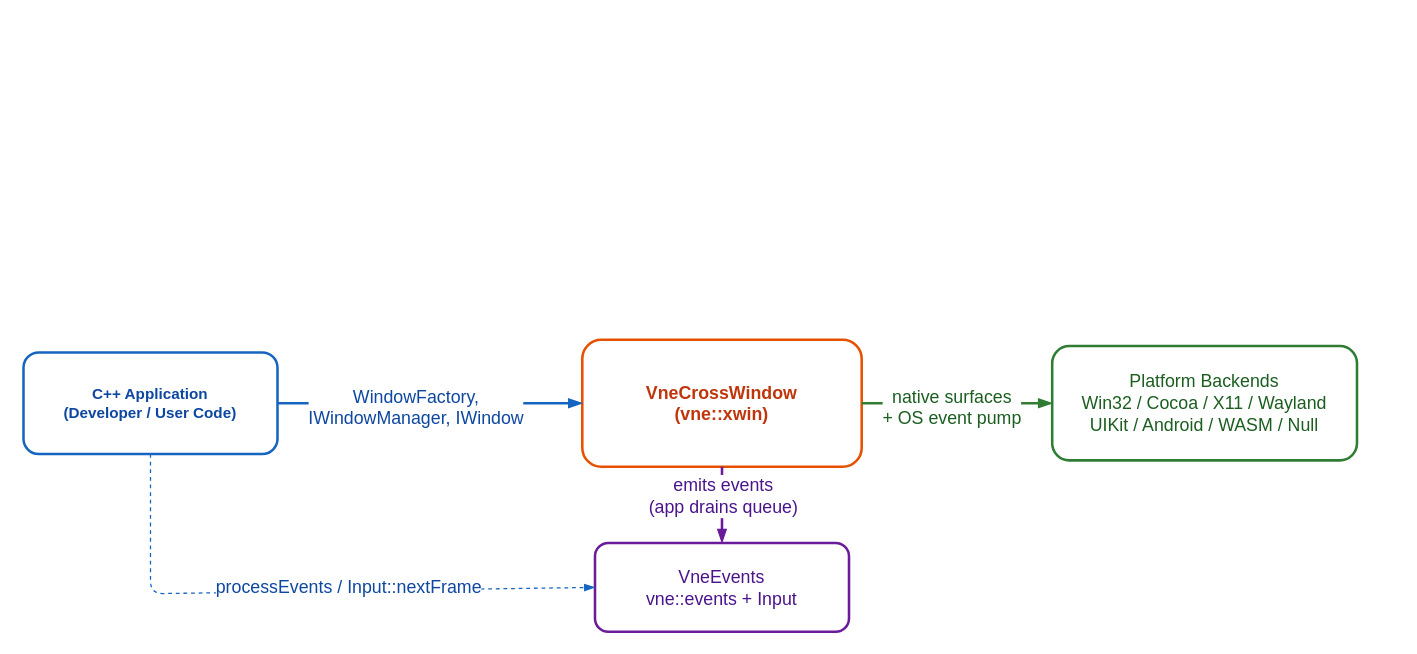
vertexnova/vnewindow keeps this draw.io diagram as docs/vertexnova/xwin/diagrams/context.drawio. Above is the earlier version. Source tidied: cells renumbered, new cells numbered last; positions are measured from the earlier drawing's top-left corner, leaving out a move shared by most shapes. Both pictures are drawn from the tidied source at 127%, with x=0, y=0 at pixel (23, 339).
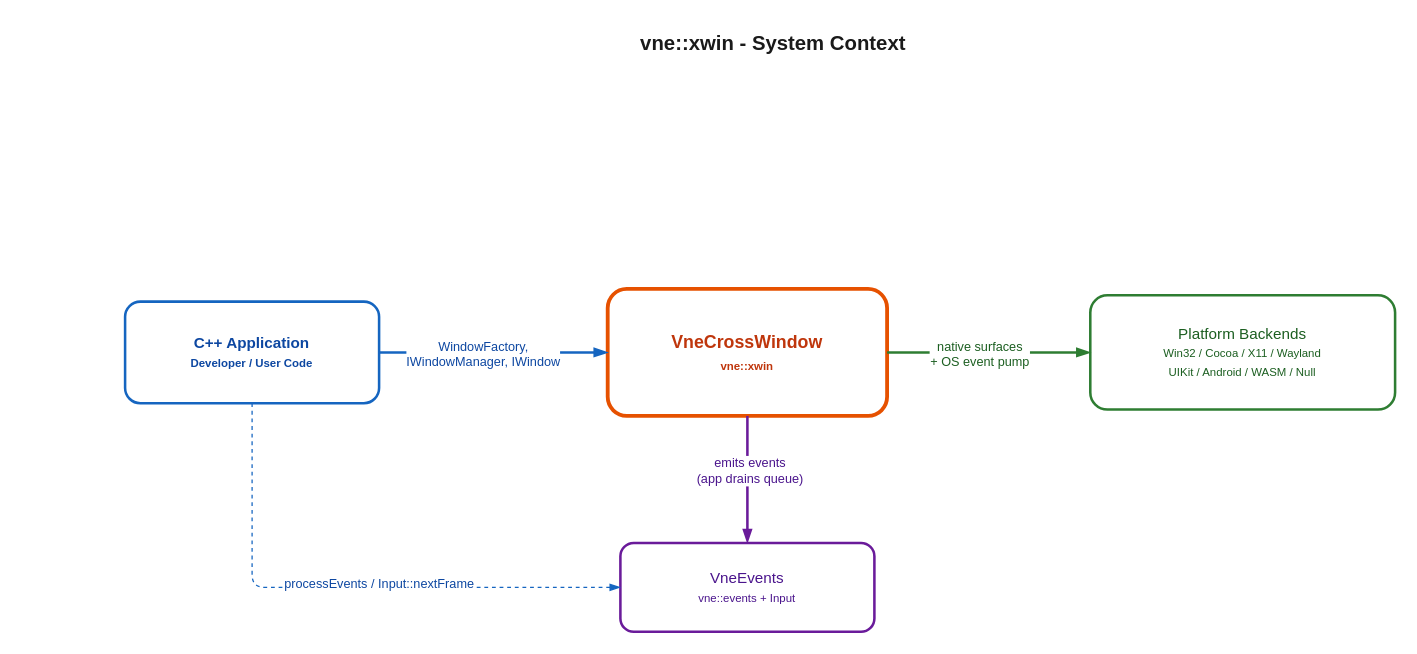
The same page after the edit.

Change to the diagram source:
```diff
@@
 <mxGraphModel>
   <root>
     <mxCell id="0" />
     <mxCell id="1" parent="0" />
+    <mxCell id="14" value="vne::xwin - System Context" style="text;html=1;strokeColor=none;fillColor=none;align=center;fontSize=16;fontStyle=1;fontColor=#1a1a1a;" parent="1" vertex="1">
+      <mxGeometry x="390" y="-250" width="400" height="28" as="geometry" />
+    </mxCell>
-    <mxCell id="2" value="C++ Application&#10;(Developer / User Code)" style="rounded=1;whiteSpace=wrap;html=1;fillColor=#ffffff;strokeColor=#1565c0;strokeWidth=2;fontStyle=1;fontSize=12;fontColor=#0d47a1;" parent="1" vertex="1">
-      <mxGeometry y="10" width="200" height="80" as="geometry" />
+    <mxCell id="2" value="C++ Application&lt;br&gt;&lt;font style=&quot;font-size:9px&quot;&gt;Developer / User Code&lt;/font&gt;" style="rounded=1;whiteSpace=wrap;html=1;fillColor=#ffffff;strokeColor=#1565c0;strokeWidth=2;fontStyle=1;fontSize=12;fontColor=#0d47a1;" parent="1" vertex="1">
+      <mxGeometry x="80" y="-30" width="200" height="80" as="geometry" />
     </mxCell>
-    <mxCell id="3" value="VneCrossWindow&#10;(vne::xwin)" style="rounded=1;whiteSpace=wrap;html=1;fillColor=#ffffff;strokeColor=#e65100;strokeWidth=2;fontStyle=1;fontSize=14;fontColor=#bf360c;" parent="1" vertex="1">
-      <mxGeometry x="440" width="220" height="100" as="geometry" />
+    <mxCell id="3" value="VneCrossWindow&lt;br&gt;&lt;font style=&quot;font-size:9px&quot;&gt;vne::xwin&lt;/font&gt;" style="rounded=1;whiteSpace=wrap;html=1;fillColor=#ffffff;strokeColor=#e65100;strokeWidth=3;fontStyle=1;fontSize=14;fontColor=#bf360c;" parent="1" vertex="1">
+      <mxGeometry x="460" y="-40" width="220" height="100" as="geometry" />
     </mxCell>
-    <mxCell id="4" value="&lt;font style=&quot;font-size: 14px;&quot;&gt;Platform Backends&lt;br&gt;Win32 / Cocoa / X11 / Wayland&lt;br&gt;UIKit / Android / WASM / Null&lt;/font&gt;" style="rounded=1;whiteSpace=wrap;html=1;fillColor=#ffffff;strokeColor=#2e7d32;strokeWidth=2;fontSize=11;fontColor=#1b5e20;" parent="1" vertex="1">
-      <mxGeometry x="810" y="5" width="240" height="90" as="geometry" />
+    <mxCell id="4" value="Platform Backends&lt;br&gt;&lt;font style=&quot;font-size:9px&quot;&gt;Win32 / Cocoa / X11 / Wayland&lt;br&gt;UIKit / Android / WASM / Null&lt;/font&gt;" style="rounded=1;whiteSpace=wrap;html=1;fillColor=#ffffff;strokeColor=#2e7d32;strokeWidth=2;fontSize=12;fontColor=#1b5e20;" parent="1" vertex="1">
+      <mxGeometry x="840" y="-35" width="240" height="90" as="geometry" />
     </mxCell>
-    <mxCell id="5" value="&lt;font style=&quot;font-size: 14px;&quot;&gt;VneEvents&lt;br&gt;vne::events + Input&lt;/font&gt;" style="rounded=1;whiteSpace=wrap;html=1;fillColor=#ffffff;strokeColor=#6a1b9a;strokeWidth=2;fontSize=11;fontColor=#4a148c;" parent="1" vertex="1">
-      <mxGeometry x="450" y="160" width="200" height="70" as="geometry" />
+    <mxCell id="5" value="VneEvents&lt;br&gt;&lt;font style=&quot;font-size:9px&quot;&gt;vne::events + Input&lt;/font&gt;" style="rounded=1;whiteSpace=wrap;html=1;fillColor=#ffffff;strokeColor=#6a1b9a;strokeWidth=2;fontSize=12;fontColor=#4a148c;" parent="1" vertex="1">
+      <mxGeometry x="470" y="160" width="200" height="70" as="geometry" />
     </mxCell>
     <mxCell id="6" style="endArrow=blockThin;endFill=1;html=1;strokeWidth=2;strokeColor=#1565c0;" parent="1" edge="1" source="2" target="3">
       <mxGeometry relative="1" as="geometry" />
     </mxCell>
-    <mxCell id="7" value="&lt;font style=&quot;font-size: 14px;&quot;&gt;WindowFactory,&lt;br&gt;IWindowManager, IWindow&lt;/font&gt;" style="edgeLabel;html=1;align=center;fontSize=10;fontColor=#0d47a1;backgroundColor=#ffffff;" parent="6" vertex="1">
+    <mxCell id="7" value="WindowFactory,&lt;br&gt;IWindowManager, IWindow" style="edgeLabel;html=1;align=center;fontSize=10;fontColor=#0d47a1;labelBackgroundColor=#ffffff;" parent="6" vertex="1">
       <mxGeometry x="-0.1" y="1" relative="1" as="geometry">
-        <mxPoint y="-19" as="offset" />
+        <mxPoint y="-16" as="offset" />
       </mxGeometry>
     </mxCell>
-    <mxCell id="8" style="endArrow=blockThin;endFill=1;html=1;strokeWidth=2;strokeColor=#2e7d32;exitX=1;exitY=0.5;exitDx=0;exitDy=0;" parent="1" edge="1" source="3" target="4">
+    <mxCell id="8" style="endArrow=blockThin;endFill=1;html=1;strokeWidth=2;strokeColor=#2e7d32;" parent="1" edge="1" source="3" target="4">
       <mxGeometry relative="1" as="geometry" />
     </mxCell>
-    <mxCell id="9" value="&lt;font style=&quot;font-size: 14px;&quot;&gt;native surfaces&lt;br&gt;+ OS event pump&lt;/font&gt;" style="edgeLabel;html=1;align=center;fontSize=10;fontColor=#1b5e20;backgroundColor=#ffffff;" parent="8" vertex="1">
+    <mxCell id="9" value="native surfaces&lt;br&gt;+ OS event pump" style="edgeLabel;html=1;align=center;fontSize=10;fontColor=#1b5e20;labelBackgroundColor=#ffffff;" parent="8" vertex="1">
       <mxGeometry x="-0.1" y="1" relative="1" as="geometry">
-        <mxPoint x="2" y="-19" as="offset" />
+        <mxPoint y="-16" as="offset" />
       </mxGeometry>
     </mxCell>
     <mxCell id="10" style="endArrow=blockThin;endFill=1;html=1;strokeWidth=2;strokeColor=#6a1b9a;exitX=0.5;exitY=1;exitDx=0;exitDy=0;entryX=0.5;entryY=0;entryDx=0;entryDy=0;" parent="1" edge="1" source="3" target="5">
       <mxGeometry relative="1" as="geometry" />
     </mxCell>
-    <mxCell id="11" value="&lt;font style=&quot;font-size: 14px;&quot;&gt;emits events&lt;br&gt;(app drains queue)&lt;/font&gt;" style="edgeLabel;html=1;align=center;fontSize=10;fontColor=#4a148c;backgroundColor=#ffffff;" parent="10" vertex="1">
+    <mxCell id="11" value="emits events&lt;br&gt;(app drains queue)" style="edgeLabel;html=1;align=center;fontSize=10;fontColor=#4a148c;labelBackgroundColor=#ffffff;" parent="10" vertex="1">
       <mxGeometry x="-0.1" y="1" relative="1" as="geometry">
-        <mxPoint x="-1" y="-27" as="offset" />
+        <mxPoint y="-20" as="offset" />
       </mxGeometry>
     </mxCell>
     <mxCell id="12" style="endArrow=blockThin;endFill=1;dashed=1;html=1;strokeWidth=1;strokeColor=#1565c0;exitX=0.5;exitY=1;exitDx=0;exitDy=0;entryX=0;entryY=0.5;entryDx=0;entryDy=0;" parent="1" edge="1" source="2" target="5">
       <mxGeometry relative="1" as="geometry">
         <Array as="points">
-          <mxPoint x="100" y="200" />
+          <mxPoint x="180" y="195" />
         </Array>
       </mxGeometry>
     </mxCell>
-    <mxCell id="13" value="&lt;font style=&quot;font-size: 14px;&quot;&gt;processEvents / Input::nextFrame&lt;/font&gt;" style="edgeLabel;html=1;align=center;fontSize=10;fontColor=#0d47a1;backgroundColor=#ffffff;" parent="12" vertex="1">
+    <mxCell id="13" value="processEvents / Input::nextFrame" style="edgeLabel;html=1;align=center;fontSize=10;fontColor=#0d47a1;labelBackgroundColor=#ffffff;" parent="12" vertex="1">
       <mxGeometry x="-0.2" y="1" relative="1" as="geometry">
-        <mxPoint x="82" y="-18" as="offset" />
+        <mxPoint x="70" y="-14" as="offset" />
       </mxGeometry>
     </mxCell>
   </root>
 </mxGraphModel>
```
